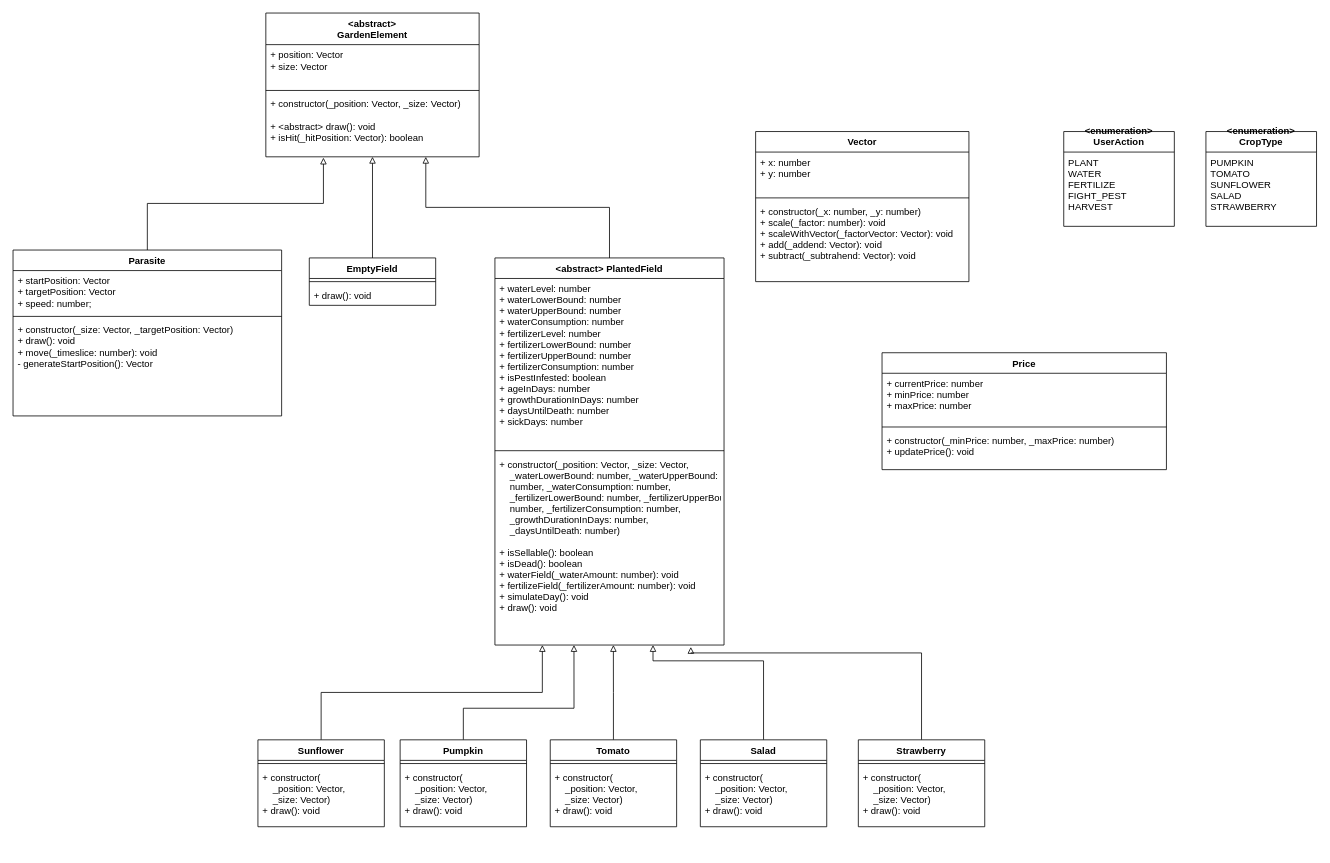
AnjaWeber/EIA2 keeps this draw.io diagram as Endabgabe/class-diagram.drawio. Above is the earlier version. Source tidied: cells renumbered, new cells numbered last; positions are measured from the earlier drawing's top-left corner, leaving out a move shared by most shapes. Both pictures are drawn from the tidied source at 79%, with x=0, y=0 at pixel (13, 13).
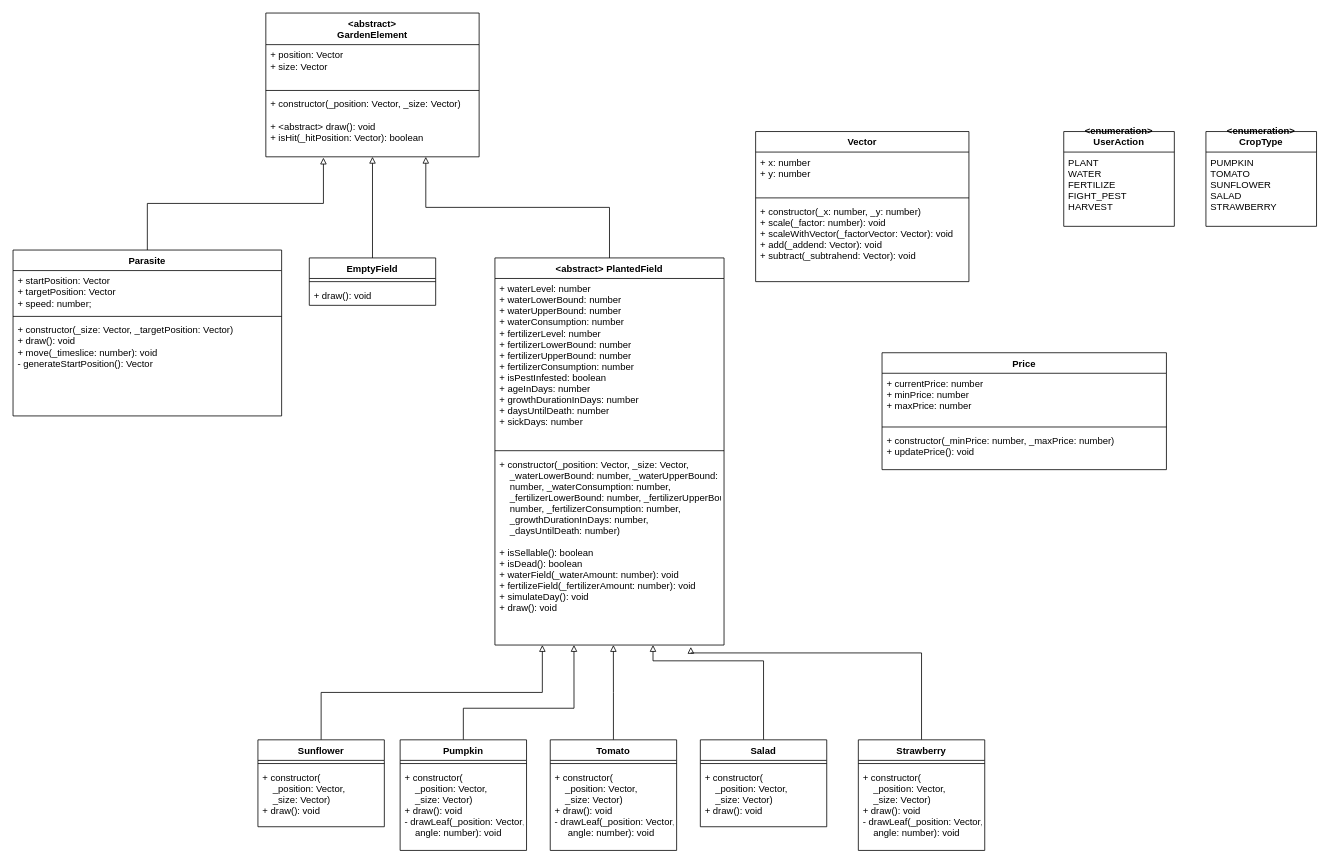
The same diagram, later.

What changed in the source:
```diff
@@
     <mxCell id="25" value="Pumpkin" style="swimlane;fontStyle=1;align=center;verticalAlign=top;horizontal=1;startSize=26;" parent="1" vertex="1">
-      <mxGeometry x="490" y="920" width="160" height="110" as="geometry" />
+      <mxGeometry x="490" y="920" width="160" height="140" as="geometry" />
     </mxCell>
@@
-    <mxCell id="27" value="+ constructor(&#10;    _position: Vector,&#10;    _size: Vector)&#10;+ draw(): void" style="text;strokeColor=none;fillColor=none;align=left;verticalAlign=top;spacingLeft=4;spacingRight=4;overflow=hidden;" parent="25" vertex="1">
-      <mxGeometry y="34" width="160" height="76" as="geometry" />
+    <mxCell id="27" value="+ constructor(&#10;    _position: Vector,&#10;    _size: Vector)&#10;+ draw(): void&#10;- drawLeaf(_position: Vector,&#10;    angle: number): void &#10;" style="text;strokeColor=none;fillColor=none;align=left;verticalAlign=top;spacingLeft=4;spacingRight=4;overflow=hidden;" parent="25" vertex="1">
+      <mxGeometry y="34" width="160" height="106" as="geometry" />
     </mxCell>
@@
     <mxCell id="29" value="Tomato" style="swimlane;fontStyle=1;align=center;verticalAlign=top;horizontal=1;startSize=26;" parent="1" vertex="1">
-      <mxGeometry x="680" y="920" width="160" height="110" as="geometry" />
+      <mxGeometry x="680" y="920" width="160" height="140" as="geometry" />
     </mxCell>
@@
-    <mxCell id="31" value="+ constructor(&#10;    _position: Vector,&#10;    _size: Vector)&#10;+ draw(): void" style="text;strokeColor=none;fillColor=none;align=left;verticalAlign=top;spacingLeft=4;spacingRight=4;overflow=hidden;" parent="29" vertex="1">
-      <mxGeometry y="34" width="160" height="76" as="geometry" />
+    <mxCell id="31" value="+ constructor(&#10;    _position: Vector,&#10;    _size: Vector)&#10;+ draw(): void&#10;- drawLeaf(_position: Vector,&#10;     angle: number): void" style="text;strokeColor=none;fillColor=none;align=left;verticalAlign=top;spacingLeft=4;spacingRight=4;overflow=hidden;" parent="29" vertex="1">
+      <mxGeometry y="34" width="160" height="106" as="geometry" />
     </mxCell>
@@
     <mxCell id="41" value="Strawberry" style="swimlane;fontStyle=1;align=center;verticalAlign=top;horizontal=1;startSize=26;" parent="1" vertex="1">
-      <mxGeometry x="1070" y="920" width="160" height="110" as="geometry" />
+      <mxGeometry x="1070" y="920" width="160" height="140" as="geometry" />
     </mxCell>
@@
-    <mxCell id="43" value="+ constructor(&#10;    _position: Vector,&#10;    _size: Vector)&#10;+ draw(): void" style="text;strokeColor=none;fillColor=none;align=left;verticalAlign=top;spacingLeft=4;spacingRight=4;overflow=hidden;" parent="41" vertex="1">
-      <mxGeometry y="34" width="160" height="76" as="geometry" />
+    <mxCell id="43" value="+ constructor(&#10;    _position: Vector,&#10;    _size: Vector)&#10;+ draw(): void&#10;- drawLeaf(_position: Vector,&#10;    angle: number): void" style="text;strokeColor=none;fillColor=none;align=left;verticalAlign=top;spacingLeft=4;spacingRight=4;overflow=hidden;" parent="41" vertex="1">
+      <mxGeometry y="34" width="160" height="106" as="geometry" />
     </mxCell>
```
